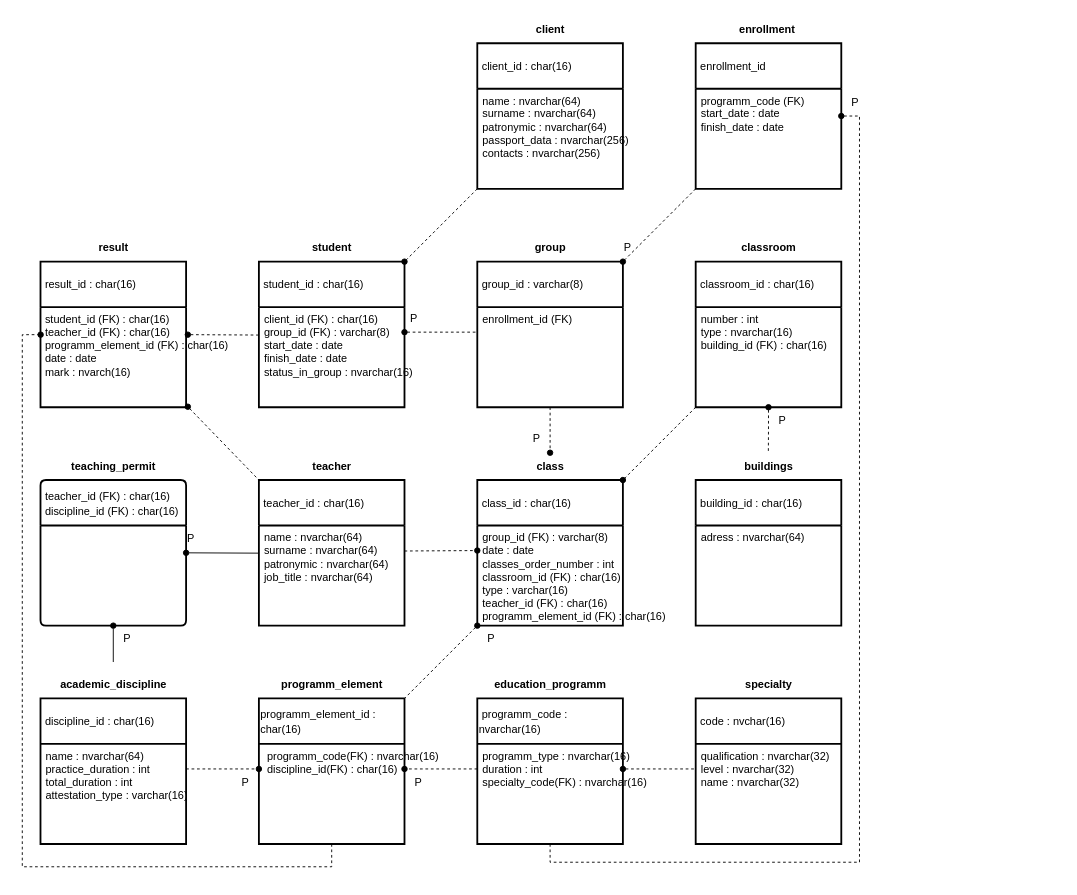
Earlier version of the draw.io diagram page "IDEF1X" (1 of 2) of students/k3240/kakhikalo_kirill/lr2/er_diagram.drawio (marinagovorova/DATABASES_ICT_2-3s_2022-2023_2023-2024). Source tidied: cells renumbered, new cells numbered last; positions are measured from the earlier drawing's top-left corner, leaving out a move shared by most shapes. Both pictures are drawn from the tidied source at 91%, with x=0, y=0 at pixel (22, 15).
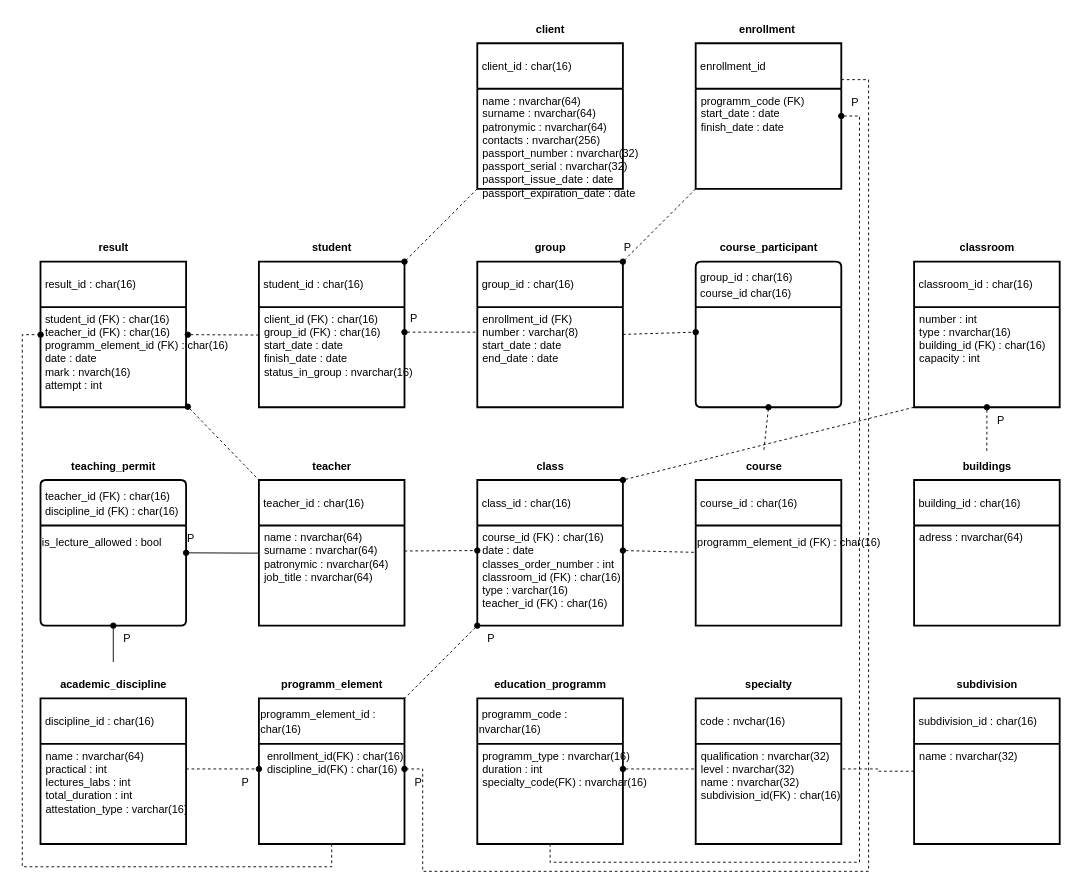
The same diagram, later.

Unchanged cells that the change refers to:
```xml
<mxCell id="3" value="programm_type : nvarchar(16)&lt;br&gt;duration : int&lt;br&gt;specialty_code(FK)&amp;nbsp;: nvarchar(16)" style="align=left;strokeColor=none;fillColor=none;spacingLeft=4;fontSize=12;verticalAlign=top;html=1;" parent="2" vertex="1">
  <mxGeometry y="50" width="160" height="110" as="geometry" />
</mxCell>
<mxCell id="5" value="&lt;span style=&quot;font-size: 12px; background-color: initial;&quot;&gt;&amp;nbsp;discipline_id : char(16)&lt;/span&gt;" style="swimlane;horizontal=1;startSize=50;rounded=0;fontSize=14;fontStyle=0;strokeWidth=2;shadow=0;dashed=0;align=left;arcSize=4;whiteSpace=wrap;html=1;perimeterSpacing=0;swimlaneLine=1;glass=0;fillColor=default;fillStyle=auto;" parent="1" vertex="1">
  <mxGeometry x="20" y="750" width="160" height="160" as="geometry" />
</mxCell>
<mxCell id="8" value="&lt;font style=&quot;font-size: 12px;&quot;&gt;&amp;nbsp;student_id : char(16)&lt;/font&gt;" style="swimlane;horizontal=1;startSize=50;rounded=0;fontSize=14;fontStyle=0;strokeWidth=2;shadow=0;dashed=0;align=left;arcSize=4;whiteSpace=wrap;html=1;perimeterSpacing=0;swimlaneLine=1;glass=0;fillColor=default;fillStyle=auto;" parent="1" vertex="1">
  <mxGeometry x="260" y="270" width="160" height="160" as="geometry" />
</mxCell>
<mxCell id="14" value="&lt;span style=&quot;font-size: 12px; background-color: initial;&quot;&gt;&amp;nbsp;teacher_id (FK) : char(16)&lt;br&gt;&amp;nbsp;discipline_id (FK) : char(16)&lt;br&gt;&lt;/span&gt;" style="swimlane;horizontal=1;startSize=50;rounded=1;fontSize=14;fontStyle=0;strokeWidth=2;shadow=0;dashed=0;align=left;arcSize=4;whiteSpace=wrap;html=1;perimeterSpacing=0;swimlaneLine=1;glass=0;fillColor=default;fillStyle=auto;" parent="1" vertex="1">
  <mxGeometry x="20" y="510" width="160" height="160" as="geometry" />
</mxCell>
<mxCell id="19" value="&lt;span style=&quot;font-size: 12px;&quot;&gt;&amp;nbsp;class_id : char(16)&lt;/span&gt;" style="swimlane;horizontal=1;startSize=50;rounded=0;fontSize=14;fontStyle=0;strokeWidth=2;shadow=0;dashed=0;align=left;arcSize=4;whiteSpace=wrap;html=1;perimeterSpacing=0;swimlaneLine=1;glass=0;fillColor=default;fillStyle=auto;" parent="1" vertex="1">
  <mxGeometry x="500" y="510" width="160" height="160" as="geometry" />
</mxCell>
<mxCell id="21" value="&lt;b&gt;class&lt;/b&gt;" style="text;html=1;align=center;verticalAlign=middle;points=[];strokeColor=none;fillColor=none;" parent="1" vertex="1">
  <mxGeometry x="555" y="480" width="50" height="30" as="geometry" />
</mxCell>
<mxCell id="42" value="&lt;span style=&quot;font-size: 12px; background-color: initial;&quot;&gt;&amp;nbsp;result_id : char(16)&lt;br&gt;&lt;/span&gt;" style="swimlane;horizontal=1;startSize=50;rounded=0;fontSize=14;fontStyle=0;strokeWidth=2;shadow=0;dashed=0;align=left;arcSize=4;html=1;perimeterSpacing=0;swimlaneLine=1;glass=0;fillColor=default;fillStyle=auto;" parent="1" vertex="1">
  <mxGeometry x="20" y="270" width="160" height="160" as="geometry" />
</mxCell>
<mxCell id="47" value="&lt;span style=&quot;font-size: 12px; background-color: initial;&quot;&gt;&amp;nbsp;code : nvchar(16)&lt;/span&gt;" style="swimlane;horizontal=1;startSize=50;rounded=0;fontSize=14;fontStyle=0;strokeWidth=2;shadow=0;dashed=0;align=left;arcSize=4;whiteSpace=wrap;html=1;perimeterSpacing=0;swimlaneLine=1;glass=0;fillColor=default;fillStyle=auto;" parent="1" vertex="1">
  <mxGeometry x="740" y="750" width="160" height="160" as="geometry" />
</mxCell>
<mxCell id="51" value="&lt;span style=&quot;font-size: 12px;&quot;&gt;&amp;nbsp;enrollment_id&lt;/span&gt;" style="swimlane;horizontal=1;startSize=50;rounded=0;fontSize=14;fontStyle=0;strokeWidth=2;shadow=0;dashed=0;align=left;arcSize=4;whiteSpace=wrap;html=1;perimeterSpacing=0;swimlaneLine=1;glass=0;fillColor=default;fillStyle=auto;" parent="1" vertex="1">
  <mxGeometry x="740" y="30" width="160" height="160" as="geometry" />
</mxCell>
<mxCell id="56" value="&lt;font style=&quot;font-size: 12px;&quot;&gt;&lt;span style=&quot;background-color: initial;&quot;&gt;programm_element_id&lt;/span&gt;&amp;nbsp;: char(16)&lt;/font&gt;" style="swimlane;horizontal=1;startSize=50;rounded=0;fontSize=14;fontStyle=0;strokeWidth=2;shadow=0;dashed=0;align=left;arcSize=4;whiteSpace=wrap;html=1;perimeterSpacing=0;swimlaneLine=1;glass=0;fillColor=default;fillStyle=auto;" parent="1" vertex="1">
  <mxGeometry x="260" y="750" width="160" height="160" as="geometry" />
</mxCell>
<mxCell id="58" value="&lt;span style=&quot;font-size: 12px;&quot;&gt;&amp;nbsp;client_id : char(16)&lt;/span&gt;" style="swimlane;horizontal=1;startSize=50;rounded=0;fontSize=14;fontStyle=0;strokeWidth=2;shadow=0;dashed=0;align=left;arcSize=4;whiteSpace=wrap;html=1;perimeterSpacing=0;swimlaneLine=1;glass=0;fillColor=default;fillStyle=auto;" parent="1" vertex="1">
  <mxGeometry x="500" y="30" width="160" height="160" as="geometry" />
</mxCell>
```

What changed in the source:
```diff
@@
-    <mxCell id="6" value="name : nvarchar(64)&lt;br&gt;practice_duration : int&lt;br&gt;total_duration : int&lt;br&gt;attestation_type : varchar(16)" style="align=left;strokeColor=none;fillColor=none;spacingLeft=4;fontSize=12;verticalAlign=top;html=1;" parent="5" vertex="1">
+    <mxCell id="6" value="name : nvarchar(64)&lt;br&gt;practical : int&lt;br&gt;lectures_labs : int&lt;br&gt;total_duration : int&lt;br&gt;attestation_type : varchar(16)" style="align=left;strokeColor=none;fillColor=none;spacingLeft=4;fontSize=12;verticalAlign=top;html=1;" parent="5" vertex="1">
       <mxGeometry y="50" width="160" height="110" as="geometry" />
     </mxCell>
@@
-    <mxCell id="9" value="&lt;font style=&quot;font-size: 12px;&quot;&gt;client_id (FK) : char(16)&lt;br&gt;group_id (FK) : varchar(8)&lt;br&gt;start_date : date&lt;br style=&quot;border-color: var(--border-color);&quot;&gt;finish_date : date&lt;br&gt;status_in_group : nvarchar(16)&lt;br&gt;&lt;/font&gt;" style="align=left;strokeColor=none;fillColor=none;spacingLeft=4;fontSize=12;verticalAlign=top;html=1;" parent="8" vertex="1">
+    <mxCell id="9" value="&lt;font style=&quot;font-size: 12px;&quot;&gt;client_id (FK) : char(16)&lt;br&gt;group_id (FK) :&amp;nbsp;char(16)&lt;br&gt;start_date : date&lt;br style=&quot;border-color: var(--border-color);&quot;&gt;finish_date : date&lt;br&gt;status_in_group : nvarchar(16)&lt;br&gt;&lt;/font&gt;" style="align=left;strokeColor=none;fillColor=none;spacingLeft=4;fontSize=12;verticalAlign=top;html=1;" parent="8" vertex="1">
       <mxGeometry y="50" width="160" height="110" as="geometry" />
     </mxCell>
@@
+    <mxCell id="70" value="is_lecture_allowed : bool&lt;br&gt;&lt;br&gt;&lt;br&gt;&lt;br&gt;&lt;br&gt;&lt;br&gt;" style="text;html=1;align=left;verticalAlign=middle;strokeColor=none;fillColor=none;" parent="14" vertex="1">
+      <mxGeometry y="50" width="160" height="110" as="geometry" />
+    </mxCell>
@@
     <mxCell id="16" value="&lt;span style=&quot;font-size: 12px; background-color: initial;&quot;&gt;&amp;nbsp;classroom_id : char(16)&lt;/span&gt;" style="swimlane;horizontal=1;startSize=50;rounded=0;fontSize=14;fontStyle=0;strokeWidth=2;shadow=0;dashed=0;align=left;arcSize=4;whiteSpace=wrap;html=1;perimeterSpacing=0;swimlaneLine=1;glass=0;fillColor=default;fillStyle=auto;" parent="1" vertex="1">
-      <mxGeometry x="740" y="270" width="160" height="160" as="geometry" />
+      <mxGeometry x="980" y="270" width="160" height="160" as="geometry" />
     </mxCell>
-    <mxCell id="17" value="number : int&lt;br&gt;type : nvarchar(16)&lt;br&gt;building_id (FK) : char(16)" style="align=left;strokeColor=none;fillColor=none;spacingLeft=4;fontSize=12;verticalAlign=top;html=1;" parent="16" vertex="1">
+    <mxCell id="17" value="number : int&lt;br&gt;type : nvarchar(16)&lt;br&gt;building_id (FK) : char(16)&lt;br&gt;capacity : int" style="align=left;strokeColor=none;fillColor=none;spacingLeft=4;fontSize=12;verticalAlign=top;html=1;" parent="16" vertex="1">
       <mxGeometry y="50" width="160" height="110" as="geometry" />
     </mxCell>
     <mxCell id="18" value="&lt;b&gt;classroom&lt;/b&gt;" style="text;html=1;align=center;verticalAlign=middle;strokeColor=none;fillColor=none;" parent="1" vertex="1">
-      <mxGeometry x="780" y="240" width="80" height="30" as="geometry" />
+      <mxGeometry x="1020" y="240" width="80" height="30" as="geometry" />
     </mxCell>
@@
-    <mxCell id="20" value="group_id (FK) : varchar(8)&lt;br&gt;date : date&lt;br&gt;classes_order_number : int&lt;br&gt;classroom_id (FK) : char(16)&lt;br&gt;type : varchar(16)&lt;br&gt;teacher_id (FK) : char(16)&lt;br&gt;programm_element_id&amp;nbsp;(FK) : char(16)" style="align=left;strokeColor=none;fillColor=none;spacingLeft=4;fontSize=12;verticalAlign=top;html=1;" parent="19" vertex="1">
+    <mxCell id="20" value="course_id (FK) :&amp;nbsp;char(16)&lt;br&gt;date : date&lt;br&gt;classes_order_number : int&lt;br&gt;classroom_id (FK) : char(16)&lt;br&gt;type : varchar(16)&lt;br&gt;teacher_id (FK) : char(16)" style="align=left;strokeColor=none;fillColor=none;spacingLeft=4;fontSize=12;verticalAlign=top;html=1;" parent="19" vertex="1">
       <mxGeometry y="50" width="160" height="110" as="geometry" />
     </mxCell>
@@
-    <mxCell id="22" value="&lt;span style=&quot;font-size: 12px;&quot;&gt;&amp;nbsp;group_id : varchar(8)&lt;/span&gt;" style="swimlane;horizontal=1;startSize=50;rounded=0;fontSize=14;fontStyle=0;strokeWidth=2;shadow=0;dashed=0;align=left;arcSize=4;whiteSpace=wrap;html=1;perimeterSpacing=0;swimlaneLine=1;glass=0;fillColor=default;fillStyle=auto;" parent="1" vertex="1">
+    <mxCell id="22" value="&lt;span style=&quot;font-size: 12px;&quot;&gt;&amp;nbsp;group_id : char(16)&lt;/span&gt;" style="swimlane;horizontal=1;startSize=50;rounded=0;fontSize=14;fontStyle=0;strokeWidth=2;shadow=0;dashed=0;align=left;arcSize=4;whiteSpace=wrap;html=1;perimeterSpacing=0;swimlaneLine=1;glass=0;fillColor=default;fillStyle=auto;" parent="1" vertex="1">
       <mxGeometry x="500" y="270" width="160" height="160" as="geometry" />
     </mxCell>
-    <mxCell id="23" value="enrollment_id (FK)" style="align=left;strokeColor=none;fillColor=none;spacingLeft=4;fontSize=12;verticalAlign=top;html=1;" parent="22" vertex="1">
+    <mxCell id="23" value="enrollment_id (FK)&lt;br&gt;number : varchar(8)&lt;br&gt;start_date : date&lt;br&gt;end_date : date" style="align=left;strokeColor=none;fillColor=none;spacingLeft=4;fontSize=12;verticalAlign=top;html=1;" parent="22" vertex="1">
       <mxGeometry y="50" width="160" height="110" as="geometry" />
     </mxCell>
@@
-    <mxCell id="29" style="endArrow=oval;html=1;rounded=0;startArrow=none;startFill=0;exitX=0.5;exitY=1;exitDx=0;exitDy=0;entryX=0.5;entryY=0;entryDx=0;entryDy=0;endFill=1;entryPerimeter=0;dashed=1;" parent="1" edge="1" source="23" target="21">
-      <mxGeometry relative="1" as="geometry" />
+    <mxCell id="29" style="endArrow=oval;html=1;rounded=0;startArrow=none;startFill=0;endFill=1;dashed=1;entryX=0;entryY=0.25;entryDx=0;entryDy=0;" parent="1" edge="1">
+      <mxGeometry relative="1" as="geometry">
+        <mxPoint x="660" y="350" as="sourcePoint" />
+        <mxPoint x="740" y="347.5" as="targetPoint" />
+      </mxGeometry>
     </mxCell>
-    <mxCell id="30" value="P" style="text;html=1;align=center;verticalAlign=middle;strokeColor=none;fillColor=none;" parent="1" vertex="1">
-      <mxGeometry x="550" y="450" width="30" height="30" as="geometry" />
-    </mxCell>
@@
-    <mxCell id="38" style="endArrow=oval;html=1;rounded=0;startArrow=none;startFill=0;exitX=0;exitY=0.25;exitDx=0;exitDy=0;endFill=1;entryX=1;entryY=0.25;entryDx=0;entryDy=0;dashed=1;" parent="1" edge="1" source="3" target="57">
-      <mxGeometry relative="1" as="geometry" />
+    <mxCell id="38" style="endArrow=oval;html=1;rounded=0;startArrow=none;startFill=0;exitX=1;exitY=0.25;exitDx=0;exitDy=0;endFill=1;dashed=1;edgeStyle=orthogonalEdgeStyle;entryX=1;entryY=0.25;entryDx=0;entryDy=0;" parent="1" edge="1" source="51" target="57">
+      <mxGeometry relative="1" as="geometry">
+        <Array as="points">
+          <mxPoint x="930" y="70" />
+          <mxPoint x="930" y="940" />
+          <mxPoint x="440" y="940" />
+          <mxPoint x="440" y="827" />
+        </Array>
+      </mxGeometry>
     </mxCell>
@@
-    <mxCell id="43" value="&amp;nbsp;student_id&amp;nbsp;(FK) : char(16)&lt;br&gt;&amp;nbsp;teacher_id (FK) : char(16)&lt;br&gt;&amp;nbsp;programm_element_id&amp;nbsp;(FK) : char(16)&lt;br&gt;&amp;nbsp;date : date&lt;br&gt;&amp;nbsp;mark : nvarch(16)" style="text;html=1;align=left;verticalAlign=top;points=[];strokeColor=none;fillColor=none;" parent="42" vertex="1">
+    <mxCell id="43" value="&amp;nbsp;student_id&amp;nbsp;(FK) : char(16)&lt;br&gt;&amp;nbsp;teacher_id (FK) : char(16)&lt;br&gt;&amp;nbsp;programm_element_id&amp;nbsp;(FK) : char(16)&lt;br&gt;&amp;nbsp;date : date&lt;br&gt;&amp;nbsp;mark : nvarch(16)&lt;br&gt;&amp;nbsp;attempt : int" style="text;html=1;align=left;verticalAlign=top;points=[];strokeColor=none;fillColor=none;" parent="42" vertex="1">
       <mxGeometry y="50" width="160" height="110" as="geometry" />
     </mxCell>
@@
-    <mxCell id="48" value="qualification : nvarchar(32)&lt;br&gt;level : nvarchar(32)&lt;br&gt;name : nvarchar(32)" style="align=left;strokeColor=none;fillColor=none;spacingLeft=4;fontSize=12;verticalAlign=top;html=1;" parent="47" vertex="1">
+    <mxCell id="48" value="qualification : nvarchar(32)&lt;br&gt;level : nvarchar(32)&lt;br&gt;name : nvarchar(32)&lt;br&gt;subdivision_id(FK) : char(16)" style="align=left;strokeColor=none;fillColor=none;spacingLeft=4;fontSize=12;verticalAlign=top;html=1;" parent="47" vertex="1">
       <mxGeometry y="50" width="160" height="110" as="geometry" />
     </mxCell>
@@
-    <mxCell id="57" value="&lt;font style=&quot;border-color: var(--border-color);&quot;&gt;&amp;nbsp;programm_code(FK) : nvarchar(16)&lt;br style=&quot;border-color: var(--border-color);&quot;&gt;&lt;/font&gt;&amp;nbsp;&lt;font style=&quot;border-color: var(--border-color);&quot;&gt;discipline_id(FK) : char(16)&lt;/font&gt;" style="align=left;strokeColor=none;fillColor=none;spacingLeft=4;fontSize=12;verticalAlign=top;html=1;" parent="56" vertex="1">
+    <mxCell id="57" value="&lt;font style=&quot;border-color: var(--border-color);&quot;&gt;&amp;nbsp;enrollment_id(FK) : char(16)&lt;br style=&quot;border-color: var(--border-color);&quot;&gt;&lt;/font&gt;&amp;nbsp;&lt;font style=&quot;border-color: var(--border-color);&quot;&gt;discipline_id(FK) : char(16)&lt;/font&gt;" style="align=left;strokeColor=none;fillColor=none;spacingLeft=4;fontSize=12;verticalAlign=top;html=1;" parent="56" vertex="1">
       <mxGeometry y="50" width="160" height="110" as="geometry" />
     </mxCell>
@@
-    <mxCell id="59" value="&lt;div&gt;name : nvarchar(64)&lt;/div&gt;&lt;div&gt;surname : nvarchar(64)&lt;/div&gt;&lt;div&gt;patronymic : nvarchar(64)&lt;/div&gt;&lt;div&gt;passport_data : nvarchar(256)&lt;/div&gt;&lt;div&gt;contacts : nvarchar(256)&lt;/div&gt;" style="align=left;strokeColor=none;fillColor=none;spacingLeft=4;fontSize=12;verticalAlign=top;html=1;" parent="58" vertex="1">
+    <mxCell id="59" value="&lt;div&gt;name : nvarchar(64)&lt;/div&gt;&lt;div&gt;surname : nvarchar(64)&lt;/div&gt;&lt;div&gt;patronymic : nvarchar(64)&lt;/div&gt;&lt;div&gt;contacts : nvarchar(256)&lt;/div&gt;&lt;div&gt;passport_number : nvarchar(32)&lt;/div&gt;&lt;div&gt;passport_serial : nvarchar(32)&lt;br&gt;&lt;/div&gt;&lt;div&gt;passport_issue_date : date&lt;/div&gt;&lt;div&gt;passport_expiration_date : date&lt;/div&gt;" style="align=left;strokeColor=none;fillColor=none;spacingLeft=4;fontSize=12;verticalAlign=top;html=1;" parent="58" vertex="1">
       <mxGeometry y="50" width="160" height="110" as="geometry" />
     </mxCell>
@@
     <mxCell id="62" value="&lt;span style=&quot;font-size: 12px;&quot;&gt;&amp;nbsp;building_id : char(16)&lt;/span&gt;" style="swimlane;horizontal=1;startSize=50;rounded=0;fontSize=14;fontStyle=0;strokeWidth=2;shadow=0;dashed=0;align=left;arcSize=4;whiteSpace=wrap;html=1;perimeterSpacing=0;swimlaneLine=1;glass=0;fillColor=default;fillStyle=auto;" parent="1" vertex="1">
-      <mxGeometry x="740" y="510" width="160" height="160" as="geometry" />
+      <mxGeometry x="980" y="510" width="160" height="160" as="geometry" />
     </mxCell>
@@
     <mxCell id="64" value="&lt;b&gt;buildings&lt;/b&gt;" style="text;html=1;align=center;verticalAlign=middle;points=[];strokeColor=none;fillColor=none;" parent="1" vertex="1">
-      <mxGeometry x="780" y="480" width="80" height="30" as="geometry" />
+      <mxGeometry x="1020" y="480" width="80" height="30" as="geometry" />
     </mxCell>
@@
     <mxCell id="66" value="P" style="text;html=1;align=center;verticalAlign=middle;strokeColor=none;fillColor=none;" parent="1" vertex="1">
-      <mxGeometry x="820" y="430" width="30" height="30" as="geometry" />
+      <mxGeometry x="1060" y="430" width="30" height="30" as="geometry" />
     </mxCell>
@@
+    <mxCell id="71" style="edgeStyle=orthogonalEdgeStyle;rounded=0;jettySize=auto;html=1;exitX=0;exitY=0.5;exitDx=0;exitDy=0;entryX=1;entryY=0.25;entryDx=0;entryDy=0;endArrow=none;endFill=0;dashed=1;" parent="1" edge="1" source="72" target="48">
+      <mxGeometry relative="1" as="geometry" />
+    </mxCell>
+    <mxCell id="72" value="&lt;span style=&quot;font-size: 12px; background-color: initial;&quot;&gt;&amp;nbsp;subdivision_id : char(16)&lt;/span&gt;" style="swimlane;horizontal=1;startSize=50;rounded=0;fontSize=14;fontStyle=0;strokeWidth=2;shadow=0;dashed=0;align=left;arcSize=4;whiteSpace=wrap;html=1;perimeterSpacing=0;swimlaneLine=1;glass=0;fillColor=default;fillStyle=auto;" parent="1" vertex="1">
+      <mxGeometry x="980" y="750" width="160" height="160" as="geometry" />
+    </mxCell>
+    <mxCell id="73" value="name : nvarchar(32)" style="align=left;strokeColor=none;fillColor=none;spacingLeft=4;fontSize=12;verticalAlign=top;html=1;" parent="72" vertex="1">
+      <mxGeometry y="50" width="160" height="110" as="geometry" />
+    </mxCell>
+    <mxCell id="74" value="&lt;b&gt;subdivision&lt;/b&gt;" style="text;html=1;align=center;verticalAlign=middle;strokeColor=none;fillColor=none;" parent="1" vertex="1">
+      <mxGeometry x="1015" y="720" width="90" height="30" as="geometry" />
+    </mxCell>
+    <mxCell id="75" value="&lt;span style=&quot;font-size: 12px;&quot;&gt;&amp;nbsp;course_id : char(16)&lt;/span&gt;" style="swimlane;horizontal=1;startSize=50;rounded=0;fontSize=14;fontStyle=0;strokeWidth=2;shadow=0;dashed=0;align=left;arcSize=4;whiteSpace=wrap;html=1;perimeterSpacing=0;swimlaneLine=1;glass=0;fillColor=default;fillStyle=auto;" parent="1" vertex="1">
+      <mxGeometry x="740" y="510" width="160" height="160" as="geometry" />
+    </mxCell>
+    <mxCell id="76" value="programm_element_id&amp;nbsp;(FK) : char(16)&lt;br&gt;&lt;br&gt;&lt;br&gt;&lt;br&gt;&lt;br&gt;&lt;br&gt;" style="text;html=1;align=left;verticalAlign=middle;points=[];strokeColor=none;fillColor=none;" parent="75" vertex="1">
+      <mxGeometry y="50" width="160" height="110" as="geometry" />
+    </mxCell>
+    <mxCell id="77" value="&lt;b&gt;course_participant&lt;/b&gt;" style="text;html=1;align=center;verticalAlign=middle;strokeColor=none;fillColor=none;" parent="1" vertex="1">
+      <mxGeometry x="755" y="240" width="130" height="30" as="geometry" />
+    </mxCell>
+    <mxCell id="78" style="endArrow=none;html=1;rounded=0;startArrow=oval;startFill=1;entryX=-0.006;entryY=0.268;entryDx=0;entryDy=0;endFill=0;dashed=1;exitX=1;exitY=0.25;exitDx=0;exitDy=0;entryPerimeter=0;" parent="1" edge="1" source="20" target="76">
+      <mxGeometry relative="1" as="geometry" />
+    </mxCell>
+    <mxCell id="79" value="&lt;span style=&quot;font-size: 12px;&quot;&gt;&amp;nbsp;group_id : char(16)&lt;br&gt;&amp;nbsp;course_id char(16)&lt;br&gt;&lt;/span&gt;" style="swimlane;horizontal=1;startSize=50;rounded=1;fontSize=14;fontStyle=0;strokeWidth=2;shadow=0;dashed=0;align=left;arcSize=4;whiteSpace=wrap;html=1;perimeterSpacing=0;swimlaneLine=1;glass=0;fillColor=default;fillStyle=auto;" parent="1" vertex="1">
+      <mxGeometry x="740" y="270" width="160" height="160" as="geometry" />
+    </mxCell>
+    <mxCell id="80" value="&lt;b&gt;course&lt;/b&gt;" style="text;html=1;align=center;verticalAlign=middle;points=[];strokeColor=none;fillColor=none;" parent="1" vertex="1">
+      <mxGeometry x="785" y="480" width="60" height="30" as="geometry" />
+    </mxCell>
+    <mxCell id="81" style="endArrow=oval;html=1;rounded=0;startArrow=none;startFill=0;endFill=1;dashed=1;entryX=0.5;entryY=1;entryDx=0;entryDy=0;exitX=0.5;exitY=-0.106;exitDx=0;exitDy=0;exitPerimeter=0;" parent="1" edge="1" source="80">
+      <mxGeometry relative="1" as="geometry">
+        <mxPoint x="820" y="430" as="targetPoint" />
+      </mxGeometry>
+    </mxCell>
```
